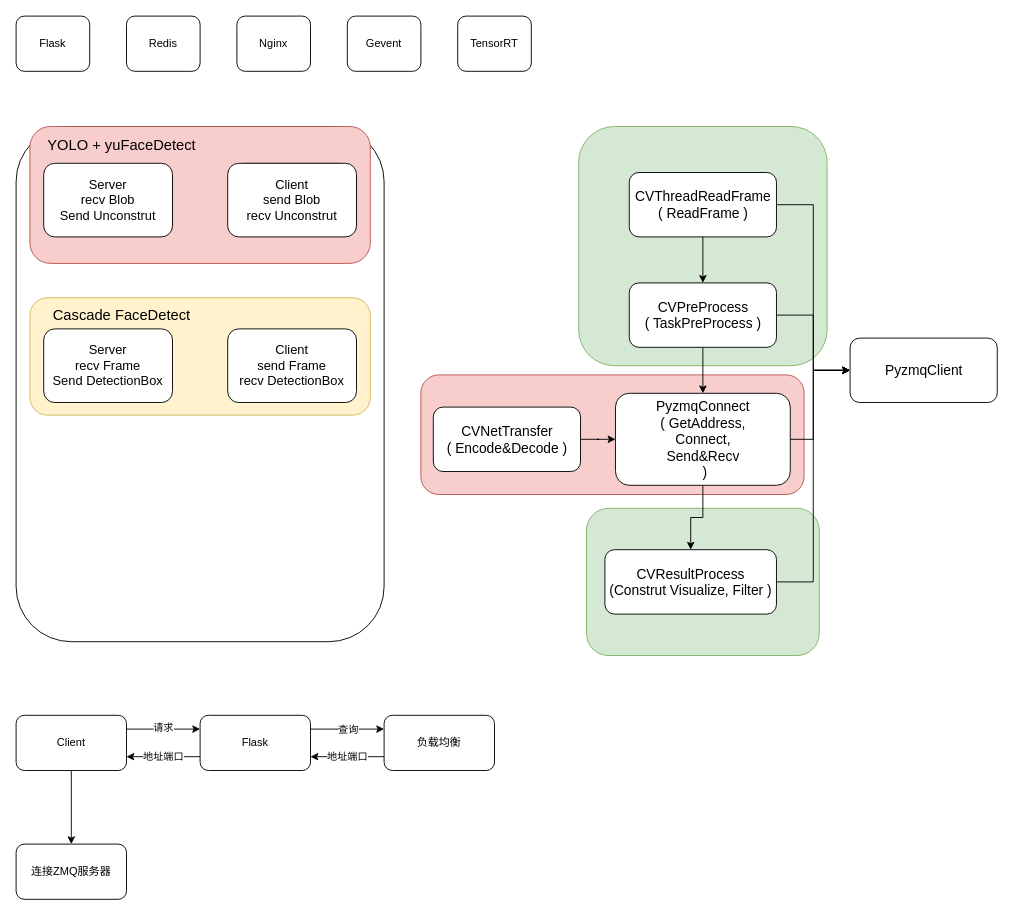
Earlier version of the draw.io diagram System Design.drawio (houance/CV-API-PlatForm). Source tidied: cells renumbered, new cells numbered last; positions are measured from the earlier drawing's top-left corner, leaving out a move shared by most shapes. Both pictures are drawn from the tidied source at 92%, with x=0, y=0 at pixel (16, 16).
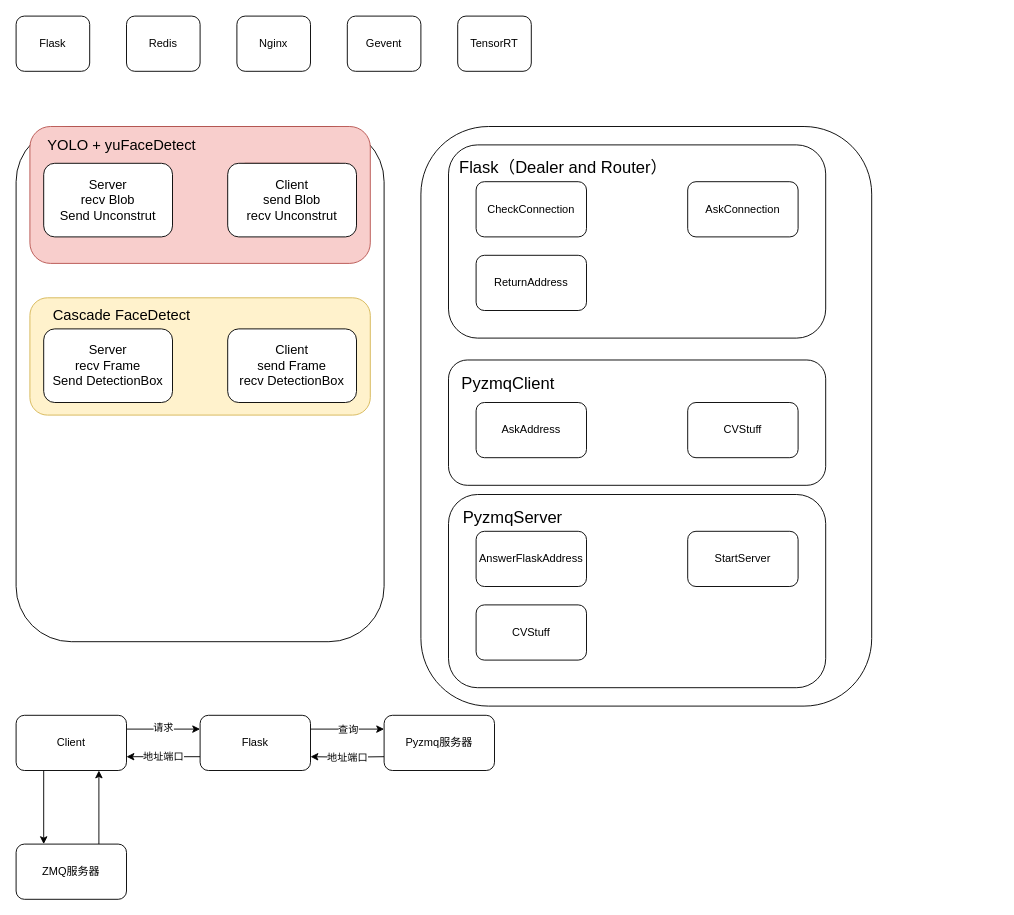
After the change.

The change refers to these unchanged cells:
```xml
<mxCell id="37" value="Client" style="rounded=1;whiteSpace=wrap;html=1;" parent="1" vertex="1">
  <mxGeometry y="760" width="120" height="60" as="geometry" />
</mxCell>
<mxCell id="41" value="Flask" style="whiteSpace=wrap;html=1;rounded=1;" parent="1" vertex="1">
  <mxGeometry x="200" y="760" width="120" height="60" as="geometry" />
</mxCell>
```

Diff of the diagram source:
```diff
@@
-    <mxCell id="6" style="rounded=1;whiteSpace=wrap;html=1;fillColor=#f8cecc;strokeColor=#b85450;" parent="1" vertex="1">
-      <mxGeometry x="440" y="390" width="416.5" height="130" as="geometry" />
-    </mxCell>
-    <mxCell id="7" style="rounded=1;whiteSpace=wrap;html=1;fillColor=#d5e8d4;strokeColor=#82b366;" parent="1" vertex="1">
-      <mxGeometry x="620" y="535" width="253" height="160" as="geometry" />
-    </mxCell>
@@
-    <mxCell id="13" style="rounded=1;whiteSpace=wrap;html=1;fillColor=#d5e8d4;strokeColor=#82b366;" parent="1" vertex="1">
-      <mxGeometry x="611.5" y="120" width="270" height="260" as="geometry" />
-    </mxCell>
-    <mxCell id="14" style="edgeStyle=orthogonalEdgeStyle;rounded=0;jettySize=auto;html=1;" parent="1" edge="1" source="15" target="27">
-      <mxGeometry relative="1" as="geometry" />
-    </mxCell>
-    <mxCell id="15" value="&lt;font style=&quot;font-size: 15px&quot;&gt;CVNetTransfer&lt;br&gt;( Encode&amp;amp;Decode )&lt;/font&gt;" style="rounded=1;whiteSpace=wrap;html=1;" parent="1" vertex="1">
-      <mxGeometry x="453.5" y="425" width="160" height="70" as="geometry" />
-    </mxCell>
-    <mxCell id="16" style="edgeStyle=orthogonalEdgeStyle;rounded=0;jettySize=auto;html=1;entryX=0.5;entryY=0;entryDx=0;entryDy=0;" parent="1" edge="1" source="18" target="23">
-      <mxGeometry relative="1" as="geometry" />
-    </mxCell>
-    <mxCell id="17" style="edgeStyle=orthogonalEdgeStyle;rounded=0;jettySize=auto;html=1;entryX=0;entryY=0.5;entryDx=0;entryDy=0;" parent="1" edge="1" source="18" target="24">
-      <mxGeometry relative="1" as="geometry" />
-    </mxCell>
-    <mxCell id="18" value="&lt;font style=&quot;font-size: 15px&quot;&gt;CVThreadReadFrame&lt;br&gt;( ReadFrame )&lt;/font&gt;" style="rounded=1;whiteSpace=wrap;html=1;" parent="1" vertex="1">
-      <mxGeometry x="666.5" y="170" width="160" height="70" as="geometry" />
-    </mxCell>
-    <mxCell id="19" style="edgeStyle=orthogonalEdgeStyle;rounded=0;jettySize=auto;html=1;entryX=0;entryY=0.5;entryDx=0;entryDy=0;" parent="1" edge="1" source="20" target="24">
-      <mxGeometry relative="1" as="geometry" />
-    </mxCell>
-    <mxCell id="20" value="&lt;font style=&quot;font-size: 15px&quot;&gt;CVResultProcess&lt;br&gt;(Construt Visualize, Filter )&lt;/font&gt;" style="rounded=1;whiteSpace=wrap;html=1;" parent="1" vertex="1">
-      <mxGeometry x="640" y="580" width="186.5" height="70" as="geometry" />
-    </mxCell>
-    <mxCell id="21" style="edgeStyle=orthogonalEdgeStyle;rounded=0;jettySize=auto;html=1;entryX=0.5;entryY=0;entryDx=0;entryDy=0;" parent="1" edge="1" source="23" target="27">
-      <mxGeometry relative="1" as="geometry" />
-    </mxCell>
-    <mxCell id="22" style="edgeStyle=orthogonalEdgeStyle;rounded=0;jettySize=auto;html=1;" parent="1" edge="1" source="23" target="24">
-      <mxGeometry relative="1" as="geometry" />
-    </mxCell>
-    <mxCell id="23" value="&lt;font style=&quot;font-size: 15px&quot;&gt;CVPreProcess&lt;br&gt;( TaskPreProcess )&lt;/font&gt;" style="rounded=1;whiteSpace=wrap;html=1;" parent="1" vertex="1">
-      <mxGeometry x="666.5" y="290" width="160" height="70" as="geometry" />
-    </mxCell>
-    <mxCell id="24" value="&lt;span style=&quot;font-size: 15px&quot;&gt;PyzmqClient&lt;br&gt;&lt;/span&gt;" style="rounded=1;whiteSpace=wrap;html=1;" parent="1" vertex="1">
-      <mxGeometry x="906.5" y="350" width="160" height="70" as="geometry" />
-    </mxCell>
-    <mxCell id="25" style="edgeStyle=orthogonalEdgeStyle;rounded=0;jettySize=auto;html=1;entryX=0.5;entryY=0;entryDx=0;entryDy=0;" parent="1" edge="1" source="27" target="20">
-      <mxGeometry relative="1" as="geometry" />
-    </mxCell>
-    <mxCell id="26" style="edgeStyle=orthogonalEdgeStyle;rounded=0;jettySize=auto;html=1;entryX=0;entryY=0.5;entryDx=0;entryDy=0;" parent="1" edge="1" source="27" target="24">
-      <mxGeometry relative="1" as="geometry">
-        <Array as="points">
-          <mxPoint x="866.5" y="460" />
-          <mxPoint x="866.5" y="385" />
-        </Array>
-      </mxGeometry>
-    </mxCell>
-    <mxCell id="27" value="&lt;font style=&quot;font-size: 15px&quot;&gt;PyzmqConnect&lt;br&gt;( GetAddress, &lt;br&gt;Connect,&lt;br&gt;Send&amp;amp;Recv&lt;br&gt;&amp;nbsp;)&lt;/font&gt;" style="rounded=1;whiteSpace=wrap;html=1;" parent="1" vertex="1">
-      <mxGeometry x="651.5" y="410" width="190" height="100" as="geometry" />
-    </mxCell>
@@
-    <mxCell id="36" style="edgeStyle=orthogonalEdgeStyle;rounded=0;jettySize=auto;html=1;" parent="1" edge="1" source="37" target="44">
+    <mxCell id="36" style="edgeStyle=orthogonalEdgeStyle;rounded=0;jettySize=auto;html=1;exitX=0.25;exitY=1;exitDx=0;exitDy=0;entryX=0.25;entryY=0;entryDx=0;entryDy=0;" parent="1" edge="1" source="37" target="44">
       <mxGeometry relative="1" as="geometry" />
     </mxCell>
@@
-    <mxCell id="38" style="edgeStyle=orthogonalEdgeStyle;rounded=0;jettySize=auto;html=1;exitX=1;exitY=0.25;exitDx=0;exitDy=0;entryX=0;entryY=0.25;entryDx=0;entryDy=0;" parent="1" edge="1" source="41" target="43">
-      <mxGeometry relative="1" as="geometry" />
+    <mxCell id="38" style="edgeStyle=orthogonalEdgeStyle;rounded=0;jettySize=auto;html=1;exitX=1;exitY=0.25;exitDx=0;exitDy=0;entryX=0;entryY=0.25;entryDx=0;entryDy=0;" parent="1" edge="1" source="41">
+      <mxGeometry relative="1" as="geometry">
+        <mxPoint x="400" y="775" as="targetPoint" />
+      </mxGeometry>
     </mxCell>
@@
-    <mxCell id="42" value="地址端口" style="edgeStyle=orthogonalEdgeStyle;rounded=0;jettySize=auto;html=1;exitX=0;exitY=0.75;exitDx=0;exitDy=0;entryX=1;entryY=0.75;entryDx=0;entryDy=0;" parent="1" edge="1" source="43" target="41">
-      <mxGeometry relative="1" as="geometry" />
+    <mxCell id="42" value="地址端口" style="edgeStyle=orthogonalEdgeStyle;rounded=0;jettySize=auto;html=1;exitX=0;exitY=0.75;exitDx=0;exitDy=0;entryX=1;entryY=0.75;entryDx=0;entryDy=0;" parent="1" edge="1" target="41">
+      <mxGeometry relative="1" as="geometry">
+        <mxPoint x="400" y="805" as="sourcePoint" />
+      </mxGeometry>
     </mxCell>
-    <mxCell id="43" value="负载均衡" style="whiteSpace=wrap;html=1;rounded=1;" parent="1" vertex="1">
-      <mxGeometry x="400" y="760" width="120" height="60" as="geometry" />
-    </mxCell>
+    <mxCell id="45" style="edgeStyle=orthogonalEdgeStyle;rounded=0;jettySize=auto;html=1;exitX=0.75;exitY=0;exitDx=0;exitDy=0;entryX=0.75;entryY=1;entryDx=0;entryDy=0;" parent="1" edge="1" source="44" target="37">
+      <mxGeometry relative="1" as="geometry" />
+    </mxCell>
-    <mxCell id="44" value="连接ZMQ服务器" style="whiteSpace=wrap;html=1;rounded=1;" parent="1" vertex="1">
+    <mxCell id="44" value="ZMQ服务器" style="whiteSpace=wrap;html=1;rounded=1;" parent="1" vertex="1">
       <mxGeometry y="900" width="120" height="60" as="geometry" />
     </mxCell>
+    <mxCell id="46" value="Pyzmq服务器" style="rounded=1;whiteSpace=wrap;html=1;" parent="1" vertex="1">
+      <mxGeometry x="400" y="760" width="120" height="60" as="geometry" />
+    </mxCell>
+    <mxCell id="47" style="rounded=1;whiteSpace=wrap;html=1;" parent="1" vertex="1">
+      <mxGeometry x="440" y="120" width="490" height="630" as="geometry" />
+    </mxCell>
+    <mxCell id="48" style="rounded=1;whiteSpace=wrap;html=1;" parent="1" vertex="1">
+      <mxGeometry x="470" y="140" width="410" height="210" as="geometry" />
+    </mxCell>
+    <mxCell id="49" value="&lt;font style=&quot;font-size: 18px&quot;&gt;Flask（Dealer and Router）&lt;/font&gt;" style="text;html=1;strokeColor=none;fillColor=none;align=center;verticalAlign=middle;whiteSpace=wrap;rounded=0;" parent="1" vertex="1">
+      <mxGeometry x="480" y="150" width="230" height="30" as="geometry" />
+    </mxCell>
+    <mxCell id="50" value="CheckConnection" style="rounded=1;whiteSpace=wrap;html=1;" parent="1" vertex="1">
+      <mxGeometry x="500" y="180" width="120" height="60" as="geometry" />
+    </mxCell>
+    <mxCell id="51" value="AskConnection" style="rounded=1;whiteSpace=wrap;html=1;" parent="1" vertex="1">
+      <mxGeometry x="730" y="180" width="120" height="60" as="geometry" />
+    </mxCell>
+    <mxCell id="52" value="ReturnAddress" style="rounded=1;whiteSpace=wrap;html=1;" parent="1" vertex="1">
+      <mxGeometry x="500" y="260" width="120" height="60" as="geometry" />
+    </mxCell>
+    <mxCell id="53" style="rounded=1;whiteSpace=wrap;html=1;" parent="1" vertex="1">
+      <mxGeometry x="470" y="373.8" width="410" height="136.2" as="geometry" />
+    </mxCell>
+    <mxCell id="24" value="&lt;font style=&quot;font-size: 18px&quot;&gt;PyzmqClient&lt;/font&gt;" style="text;html=1;strokeColor=none;fillColor=none;align=center;verticalAlign=middle;whiteSpace=wrap;rounded=0;" parent="1" vertex="1">
+      <mxGeometry x="480" y="385" width="110" height="30" as="geometry" />
+    </mxCell>
+    <mxCell id="54" value="AskAddress" style="rounded=1;whiteSpace=wrap;html=1;" parent="1" vertex="1">
+      <mxGeometry x="500" y="420" width="120" height="60" as="geometry" />
+    </mxCell>
+    <mxCell id="55" value="CVStuff" style="rounded=1;whiteSpace=wrap;html=1;" parent="1" vertex="1">
+      <mxGeometry x="730" y="420" width="120" height="60" as="geometry" />
+    </mxCell>
+    <mxCell id="56" style="rounded=1;whiteSpace=wrap;html=1;" parent="1" vertex="1">
+      <mxGeometry x="470" y="520" width="410" height="210" as="geometry" />
+    </mxCell>
+    <mxCell id="57" value="&lt;font style=&quot;font-size: 18px&quot;&gt;PyzmqServer&lt;/font&gt;" style="text;html=1;strokeColor=none;fillColor=none;align=center;verticalAlign=middle;whiteSpace=wrap;rounded=0;" parent="1" vertex="1">
+      <mxGeometry x="480" y="530" width="120" height="30" as="geometry" />
+    </mxCell>
+    <mxCell id="58" value="AnswerFlaskAddress" style="rounded=1;whiteSpace=wrap;html=1;" parent="1" vertex="1">
+      <mxGeometry x="500" y="560" width="120" height="60" as="geometry" />
+    </mxCell>
+    <mxCell id="59" value="StartServer" style="rounded=1;whiteSpace=wrap;html=1;" parent="1" vertex="1">
+      <mxGeometry x="730" y="560" width="120" height="60" as="geometry" />
+    </mxCell>
+    <mxCell id="60" value="CVStuff" style="rounded=1;whiteSpace=wrap;html=1;" parent="1" vertex="1">
+      <mxGeometry x="500" y="640" width="120" height="60" as="geometry" />
+    </mxCell>
```
